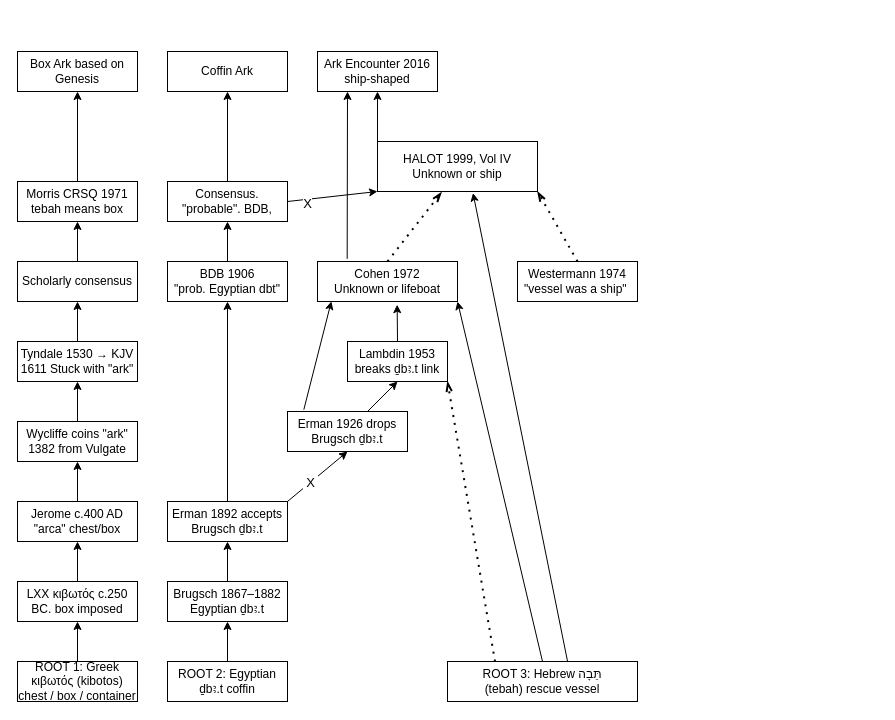
This is papers-tbh/images/TBH-flowchart.drawio from tlovett2007-dot/Ark-Detailed-Design, a draw.io file, before an edit. Source tidied: cells renumbered, new cells numbered last; positions are measured from the earlier drawing's top-left corner, leaving out a move shared by most shapes. Both pictures are drawn from the tidied source at 100%, with x=0, y=0 at pixel (17, 51).
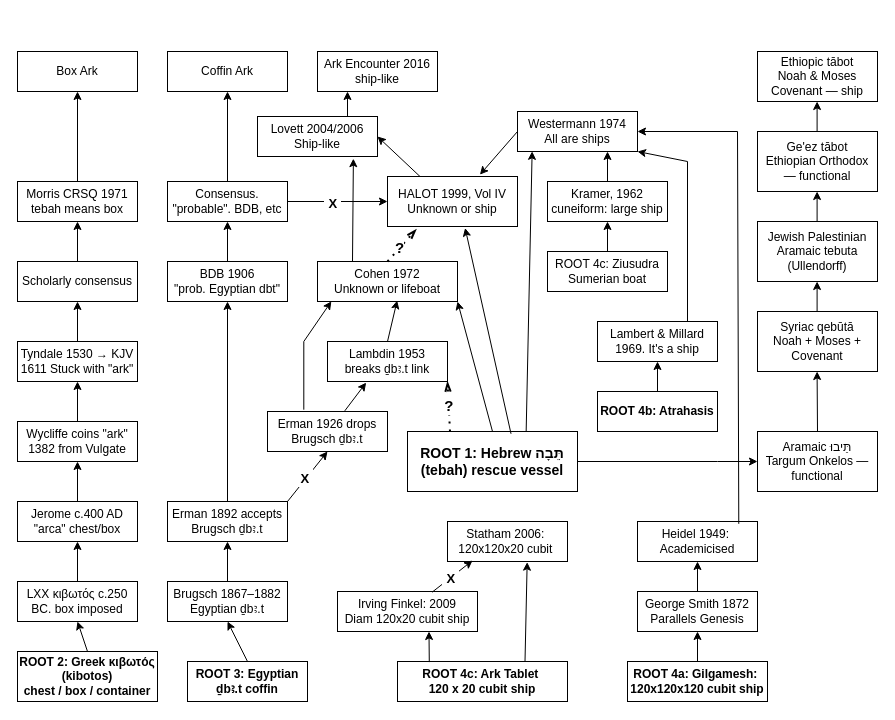
The same diagram, later.

Unchanged cells that the change refers to:
```xml
<mxCell id="19" value="Erman 1892 accepts Brugsch ḏbꜣ.t" style="rounded=0;whiteSpace=wrap;html=1;" parent="1" vertex="1">
  <mxGeometry x="150" y="450" width="120" height="40" as="geometry" />
</mxCell>
<mxCell id="30" value="&lt;div&gt;Cohen 1972&lt;/div&gt;&lt;div&gt;Unknown or lifeboat&lt;/div&gt;" style="rounded=0;whiteSpace=wrap;html=1;" parent="1" vertex="1">
  <mxGeometry x="300" y="210" width="140" height="40" as="geometry" />
</mxCell>
<mxCell id="38" style="endArrow=openThin;dashed=1;html=1;dashPattern=1 3;strokeWidth=2;rounded=0;entryX=1;entryY=1;entryDx=0;entryDy=0;exitX=0.25;exitY=0;exitDx=0;exitDy=0;endFill=0;" parent="1" edge="1" source="32" target="31">
  <mxGeometry relative="1" as="geometry" />
</mxCell>
```

The edit, as a diff of the source:
```diff
@@
-    <mxCell id="2" value="Box Ark based on Genesis" style="rounded=0;whiteSpace=wrap;html=1;" parent="1" vertex="1">
+    <mxCell id="2" value="Box Ark" style="rounded=0;whiteSpace=wrap;html=1;" parent="1" vertex="1">
       <mxGeometry width="120" height="40" as="geometry" />
     </mxCell>
@@
-    <mxCell id="8" value="&lt;div&gt;ROOT 1: Greek κιβωτός (kibotos)&lt;/div&gt;&lt;div&gt;chest / box / container&lt;/div&gt;" style="rounded=0;whiteSpace=wrap;html=1;" parent="1" vertex="1">
-      <mxGeometry y="610" width="120" height="40" as="geometry" />
+    <mxCell id="8" value="&lt;div&gt;&lt;b&gt;ROOT 2: Greek κιβωτός (kibotos)&lt;/b&gt;&lt;/div&gt;&lt;div&gt;&lt;b&gt;chest / box / container&lt;/b&gt;&lt;/div&gt;" style="rounded=0;whiteSpace=wrap;html=1;" parent="1" vertex="1">
+      <mxGeometry y="600" width="140" height="50" as="geometry" />
     </mxCell>
@@
-    <mxCell id="21" value="&lt;div&gt;ROOT 2: Egyptian ḏbꜣ.t coffin&lt;/div&gt;" style="rounded=0;whiteSpace=wrap;html=1;" parent="1" vertex="1">
-      <mxGeometry x="150" y="610" width="120" height="40" as="geometry" />
+    <mxCell id="21" value="&lt;div&gt;&lt;b&gt;ROOT 3: Egyptian ḏbꜣ.t coffin&lt;/b&gt;&lt;/div&gt;" style="rounded=0;whiteSpace=wrap;html=1;" parent="1" vertex="1">
+      <mxGeometry x="170" y="610" width="120" height="40" as="geometry" />
     </mxCell>
@@
-    <mxCell id="26" value="Consensus. &quot;probable&quot;. BDB," style="rounded=0;whiteSpace=wrap;html=1;" parent="1" vertex="1">
+    <mxCell id="26" value="Consensus. &quot;probable&quot;. BDB, etc" style="rounded=0;whiteSpace=wrap;html=1;" parent="1" vertex="1">
       <mxGeometry x="150" y="130" width="120" height="40" as="geometry" />
     </mxCell>
@@
-    <mxCell id="28" value="&lt;div&gt;Ark Encounter 2016&lt;/div&gt;&lt;div&gt;ship-shaped&lt;/div&gt;" style="rounded=0;whiteSpace=wrap;html=1;" parent="1" vertex="1">
+    <mxCell id="28" value="&lt;div&gt;Ark Encounter 2016&lt;/div&gt;&lt;div&gt;ship-like&lt;/div&gt;" style="rounded=0;whiteSpace=wrap;html=1;" parent="1" vertex="1">
       <mxGeometry x="300" width="120" height="40" as="geometry" />
     </mxCell>
-    <mxCell id="29" value="&lt;div&gt;Westermann 1974&lt;/div&gt;&lt;div&gt;&quot;vessel was a ship&quot;&amp;nbsp;&lt;/div&gt;" style="rounded=0;whiteSpace=wrap;html=1;" parent="1" vertex="1">
-      <mxGeometry x="500" y="210" width="120" height="40" as="geometry" />
+    <mxCell id="29" value="&lt;div&gt;Westermann 1974&lt;/div&gt;&lt;div&gt;All are ships&lt;/div&gt;" style="rounded=0;whiteSpace=wrap;html=1;" parent="1" vertex="1">
+      <mxGeometry x="500" y="60" width="120" height="40" as="geometry" />
     </mxCell>
@@
     <mxCell id="31" value="&lt;div&gt;Lambdin 1953&lt;/div&gt;&lt;div&gt;breaks ḏbꜣ.t link&lt;/div&gt;" style="rounded=0;whiteSpace=wrap;html=1;" parent="1" vertex="1">
-      <mxGeometry x="330" y="290" width="100" height="40" as="geometry" />
+      <mxGeometry x="310" y="290" width="120" height="40" as="geometry" />
     </mxCell>
-    <mxCell id="32" value="&lt;div&gt;ROOT 3: Hebrew תֵּבָה (tebah)&lt;span style=&quot;background-color: transparent; color: light-dark(rgb(0, 0, 0), rgb(255, 255, 255));&quot;&gt;&amp;nbsp;rescue vessel&lt;/span&gt;&lt;/div&gt;" style="rounded=0;whiteSpace=wrap;html=1;" parent="1" vertex="1">
-      <mxGeometry x="430" y="610" width="190" height="40" as="geometry" />
+    <mxCell id="32" value="&lt;div&gt;&lt;b&gt;&lt;font style=&quot;font-size: 14px;&quot;&gt;ROOT 1: Hebrew תֵּבָה (tebah)&lt;span style=&quot;background-color: transparent; color: light-dark(rgb(0, 0, 0), rgb(255, 255, 255));&quot;&gt;&amp;nbsp;rescue vessel&lt;/span&gt;&lt;/font&gt;&lt;/b&gt;&lt;/div&gt;" style="rounded=0;whiteSpace=wrap;html=1;" parent="1" vertex="1">
+      <mxGeometry x="390" y="380" width="170" height="60" as="geometry" />
     </mxCell>
-    <mxCell id="33" style="endArrow=classic;html=1;rounded=0;exitX=0.5;exitY=0;exitDx=0;exitDy=0;entryX=0.569;entryY=1.079;entryDx=0;entryDy=0;entryPerimeter=0;" parent="1" edge="1" source="31" target="30">
+    <mxCell id="33" style="endArrow=classic;html=1;rounded=0;exitX=0.5;exitY=0;exitDx=0;exitDy=0;entryX=0.569;entryY=0.976;entryDx=0;entryDy=0;entryPerimeter=0;" parent="1" edge="1" source="31" target="30">
       <mxGeometry relative="1" as="geometry" />
     </mxCell>
     <mxCell id="34" value="&lt;div&gt;HALOT 1999, Vol IV&lt;/div&gt;&lt;div&gt;Unknown or ship&lt;/div&gt;" style="rounded=0;whiteSpace=wrap;html=1;" parent="1" vertex="1">
-      <mxGeometry x="360" y="90" width="160" height="50" as="geometry" />
+      <mxGeometry x="370" y="125" width="130" height="50" as="geometry" />
     </mxCell>
-    <mxCell id="35" style="endArrow=classic;html=1;rounded=0;entryX=0.5;entryY=1;entryDx=0;entryDy=0;exitX=0;exitY=0;exitDx=0;exitDy=0;" parent="1" edge="1" source="34" target="28">
-      <mxGeometry relative="1" as="geometry" />
-    </mxCell>
-    <mxCell id="36" style="endArrow=openThin;dashed=1;html=1;dashPattern=1 3;strokeWidth=2;rounded=0;entryX=0.4;entryY=1.017;entryDx=0;entryDy=0;entryPerimeter=0;exitX=0.5;exitY=0;exitDx=0;exitDy=0;endFill=0;" parent="1" edge="1" source="30" target="34">
-      <mxGeometry relative="1" as="geometry" />
-    </mxCell>
-    <mxCell id="37" style="endArrow=openThin;dashed=1;html=1;dashPattern=1 3;strokeWidth=2;rounded=0;entryX=1;entryY=1;entryDx=0;entryDy=0;exitX=0.5;exitY=0;exitDx=0;exitDy=0;endFill=0;" parent="1" edge="1" source="29" target="34">
-      <mxGeometry relative="1" as="geometry" />
-    </mxCell>
@@
+    <mxCell id="49" value="&amp;nbsp; &lt;font style=&quot;font-size: 15px;&quot;&gt;&lt;b&gt;?&amp;nbsp;&lt;/b&gt;&lt;/font&gt;&amp;nbsp;" style="edgeLabel;html=1;align=center;verticalAlign=middle;" parent="38" vertex="1">
+      <mxGeometry x="0.08" relative="1" as="geometry" />
+    </mxCell>
@@
-    <mxCell id="40" style="endArrow=classic;html=1;rounded=0;exitX=0.632;exitY=0;exitDx=0;exitDy=0;entryX=0.597;entryY=1.03;entryDx=0;entryDy=0;exitPerimeter=0;entryPerimeter=0;" parent="1" edge="1" source="32" target="34">
+    <mxCell id="40" style="endArrow=classic;html=1;rounded=0;exitX=0.609;exitY=0.038;exitDx=0;exitDy=0;entryX=0.597;entryY=1.03;entryDx=0;entryDy=0;exitPerimeter=0;entryPerimeter=0;" parent="1" edge="1" source="32" target="34">
       <mxGeometry relative="1" as="geometry" />
     </mxCell>
     <mxCell id="41" value="Erman 1926 drops Brugsch ḏbꜣ.t" style="rounded=0;whiteSpace=wrap;html=1;" parent="1" vertex="1">
-      <mxGeometry x="270" y="360" width="120" height="40" as="geometry" />
+      <mxGeometry x="250" y="360" width="120" height="40" as="geometry" />
     </mxCell>
-    <mxCell id="42" style="endArrow=classic;html=1;rounded=0;exitX=0.136;exitY=-0.046;exitDx=0;exitDy=0;entryX=0.099;entryY=0.996;entryDx=0;entryDy=0;entryPerimeter=0;exitPerimeter=0;" parent="1" edge="1" source="41" target="30">
-      <mxGeometry relative="1" as="geometry" />
+    <mxCell id="42" style="endArrow=classic;html=1;rounded=0;entryX=0.099;entryY=0.996;entryDx=0;entryDy=0;entryPerimeter=0;" parent="1" edge="1" target="30">
+      <mxGeometry relative="1" as="geometry">
+        <mxPoint x="286.3" y="358.2" as="sourcePoint" />
+        <Array as="points">
+          <mxPoint x="286.3" y="290" />
+        </Array>
+      </mxGeometry>
     </mxCell>
-    <mxCell id="43" style="endArrow=classic;html=1;rounded=0;entryX=0.5;entryY=1;entryDx=0;entryDy=0;" parent="1" edge="1" source="41" target="31">
+    <mxCell id="43" style="endArrow=classic;html=1;rounded=0;entryX=0.322;entryY=1.028;entryDx=0;entryDy=0;exitX=0.644;exitY=-0.016;exitDx=0;exitDy=0;exitPerimeter=0;entryPerimeter=0;" parent="1" edge="1" source="41" target="31">
       <mxGeometry relative="1" as="geometry" />
     </mxCell>
-    <mxCell id="44" style="endArrow=classic;html=1;rounded=0;entryX=0.25;entryY=1;entryDx=0;entryDy=0;exitX=0.212;exitY=-0.067;exitDx=0;exitDy=0;exitPerimeter=0;" parent="1" edge="1" source="30" target="28">
-      <mxGeometry relative="1" as="geometry" />
+    <mxCell id="44" style="endArrow=classic;html=1;rounded=0;entryX=0.25;entryY=1;entryDx=0;entryDy=0;" parent="1" edge="1" target="28">
+      <mxGeometry relative="1" as="geometry">
+        <mxPoint x="330" y="69.7" as="sourcePoint" />
+      </mxGeometry>
     </mxCell>
-    <mxCell id="45" style="endArrow=classic;html=1;rounded=0;entryX=0;entryY=1;entryDx=0;entryDy=0;exitX=1;exitY=0.5;exitDx=0;exitDy=0;" parent="1" edge="1" source="26" target="34">
+    <mxCell id="45" style="endArrow=classic;html=1;rounded=0;entryX=0;entryY=0.5;entryDx=0;entryDy=0;exitX=1;exitY=0.5;exitDx=0;exitDy=0;fontSize=15;" parent="1" edge="1" source="26" target="34">
       <mxGeometry relative="1" as="geometry" />
     </mxCell>
-    <mxCell id="46" value="&lt;font style=&quot;font-size: 13px;&quot;&gt;X&lt;/font&gt;" style="edgeLabel;html=1;align=center;verticalAlign=middle;" parent="45" vertex="1">
+    <mxCell id="46" value="&lt;font style=&quot;font-size: 15px;&quot;&gt;&amp;nbsp;&lt;/font&gt;&lt;font style=&quot;font-size: 13px;&quot;&gt;&lt;b&gt;X&amp;nbsp;&lt;/b&gt;&lt;/font&gt;" style="edgeLabel;html=1;align=center;verticalAlign=middle;" parent="45" vertex="1">
       <mxGeometry relative="1" as="geometry">
-        <mxPoint x="-25" y="6" as="offset" />
+        <mxPoint x="-6" as="offset" />
       </mxGeometry>
     </mxCell>
+    <mxCell id="50" style="edgeStyle=orthogonalEdgeStyle;rounded=0;jettySize=auto;html=1;" parent="1" edge="1" source="51" target="55">
+      <mxGeometry relative="1" as="geometry" />
+    </mxCell>
+    <mxCell id="51" value="ROOT 4c: Ziusudra Sumerian boat" style="rounded=0;whiteSpace=wrap;html=1;" parent="1" vertex="1">
+      <mxGeometry x="530" y="200" width="120" height="40" as="geometry" />
+    </mxCell>
+    <mxCell id="36" style="endArrow=openThin;dashed=1;html=1;dashPattern=1 3;strokeWidth=2;rounded=0;entryX=0.221;entryY=1.057;entryDx=0;entryDy=0;exitX=0.5;exitY=0;exitDx=0;exitDy=0;endFill=0;entryPerimeter=0;" parent="1" edge="1" source="30" target="34">
+      <mxGeometry relative="1" as="geometry" />
+    </mxCell>
+    <mxCell id="52" value="&lt;font style=&quot;font-size: 15px;&quot;&gt;&lt;b&gt;?&lt;/b&gt;&lt;/font&gt;" style="edgeLabel;html=1;align=center;verticalAlign=middle;" parent="36" vertex="1">
+      <mxGeometry x="0.08" relative="1" as="geometry">
+        <mxPoint x="-4" y="3" as="offset" />
+      </mxGeometry>
+    </mxCell>
-    <mxCell id="47" style="endArrow=classic;html=1;rounded=0;entryX=0.5;entryY=1;entryDx=0;entryDy=0;exitX=1;exitY=0;exitDx=0;exitDy=0;" parent="1" edge="1" source="19" target="41">
+    <mxCell id="47" style="endArrow=classic;html=1;rounded=0;exitX=1;exitY=0;exitDx=0;exitDy=0;fontSize=15;entryX=0.5;entryY=1;entryDx=0;entryDy=0;" parent="1" edge="1" source="19" target="41">
       <mxGeometry relative="1" as="geometry" />
     </mxCell>
-    <mxCell id="48" value="&lt;span style=&quot;font-size: 13px;&quot;&gt;&amp;nbsp;X&amp;nbsp;&lt;/span&gt;" style="edgeLabel;html=1;align=center;verticalAlign=middle;" parent="47" vertex="1">
-      <mxGeometry relative="1" as="geometry">
-        <mxPoint x="-7" y="5" as="offset" />
-      </mxGeometry>
-    </mxCell>
+    <mxCell id="53" value="&lt;font style=&quot;font-size: 15px;&quot;&gt;&amp;nbsp;&lt;/font&gt;&lt;font style=&quot;font-size: 13px;&quot;&gt;&lt;b&gt;X&amp;nbsp;&lt;/b&gt;&lt;/font&gt;" style="edgeLabel;html=1;align=center;verticalAlign=middle;" parent="47" vertex="1">
+      <mxGeometry relative="1" as="geometry">
+        <mxPoint x="-3" as="offset" />
+      </mxGeometry>
+    </mxCell>
+    <mxCell id="54" style="edgeStyle=orthogonalEdgeStyle;rounded=0;jettySize=auto;html=1;exitX=0.5;exitY=0;exitDx=0;exitDy=0;entryX=0.75;entryY=1;entryDx=0;entryDy=0;" parent="1" edge="1" source="55" target="29">
+      <mxGeometry relative="1" as="geometry" />
+    </mxCell>
+    <mxCell id="55" value="Kramer, 1962 cuneiform: large ship" style="rounded=0;whiteSpace=wrap;html=1;" parent="1" vertex="1">
+      <mxGeometry x="530" y="130" width="120" height="40" as="geometry" />
+    </mxCell>
+    <mxCell id="56" style="endArrow=classic;html=1;rounded=0;exitX=0.25;exitY=0;exitDx=0;exitDy=0;entryX=1;entryY=0.5;entryDx=0;entryDy=0;" parent="1" edge="1" source="34" target="77">
+      <mxGeometry relative="1" as="geometry" />
+    </mxCell>
+    <mxCell id="57" value="&lt;b&gt;ROOT 4a: Gilgamesh:&amp;nbsp;&lt;/b&gt;&lt;div&gt;&lt;b&gt;120x120x120 cubit ship&lt;/b&gt;&lt;/div&gt;" style="rounded=0;whiteSpace=wrap;html=1;" parent="1" vertex="1">
+      <mxGeometry x="610" y="610" width="140" height="40" as="geometry" />
+    </mxCell>
+    <mxCell id="58" value="Statham 2006:&amp;nbsp;&lt;div&gt;120x120x20 cubit&amp;nbsp;&lt;/div&gt;" style="rounded=0;whiteSpace=wrap;html=1;" parent="1" vertex="1">
+      <mxGeometry x="430" y="470" width="120" height="40" as="geometry" />
+    </mxCell>
+    <mxCell id="59" value="Irving Finkel: 2009&lt;div&gt;Diam 120x20 cubit ship&lt;/div&gt;" style="rounded=0;whiteSpace=wrap;html=1;" parent="1" vertex="1">
+      <mxGeometry x="320" y="540" width="140" height="40" as="geometry" />
+    </mxCell>
+    <mxCell id="60" value="Heidel 1949:&amp;nbsp;&lt;div&gt;Academicised&lt;/div&gt;" style="rounded=0;whiteSpace=wrap;html=1;" parent="1" vertex="1">
+      <mxGeometry x="620" y="470" width="120" height="40" as="geometry" />
+    </mxCell>
+    <mxCell id="61" value="George Smith 1872 Parallels Genesis" style="rounded=0;whiteSpace=wrap;html=1;" parent="1" vertex="1">
+      <mxGeometry x="620" y="540" width="120" height="40" as="geometry" />
+    </mxCell>
+    <mxCell id="62" value="&lt;b&gt;ROOT 4c: Ark Tablet&amp;nbsp;&lt;/b&gt;&lt;div&gt;&lt;b&gt;120 x 20 cubit ship&lt;/b&gt;&lt;/div&gt;" style="rounded=0;whiteSpace=wrap;html=1;" parent="1" vertex="1">
+      <mxGeometry x="380" y="610" width="170" height="40" as="geometry" />
+    </mxCell>
+    <mxCell id="63" style="endArrow=classic;html=1;rounded=0;exitX=0.5;exitY=0;exitDx=0;exitDy=0;entryX=0.5;entryY=1;entryDx=0;entryDy=0;" parent="1" edge="1" source="57" target="61">
+      <mxGeometry relative="1" as="geometry" />
+    </mxCell>
+    <mxCell id="64" style="endArrow=classic;html=1;rounded=0;exitX=0.75;exitY=0;exitDx=0;exitDy=0;entryX=0.664;entryY=1.017;entryDx=0;entryDy=0;entryPerimeter=0;" parent="1" edge="1" source="62" target="58">
+      <mxGeometry relative="1" as="geometry" />
+    </mxCell>
+    <mxCell id="65" style="endArrow=classic;html=1;rounded=0;exitX=0.187;exitY=0.015;exitDx=0;exitDy=0;exitPerimeter=0;" parent="1" edge="1" source="62">
+      <mxGeometry relative="1" as="geometry">
+        <mxPoint x="411.5" y="580" as="targetPoint" />
+      </mxGeometry>
+    </mxCell>
+    <mxCell id="66" style="endArrow=classic;html=1;rounded=0;exitX=0.676;exitY=0.017;exitDx=0;exitDy=0;fontSize=15;entryX=0.209;entryY=0.975;entryDx=0;entryDy=0;exitPerimeter=0;entryPerimeter=0;" parent="1" edge="1" source="59" target="58">
+      <mxGeometry relative="1" as="geometry" />
+    </mxCell>
+    <mxCell id="67" value="&lt;font style=&quot;font-size: 15px;&quot;&gt;&amp;nbsp;&lt;/font&gt;&lt;font style=&quot;font-size: 13px;&quot;&gt;&lt;b&gt;X&amp;nbsp;&lt;/b&gt;&lt;/font&gt;" style="edgeLabel;html=1;align=center;verticalAlign=middle;" parent="66" vertex="1">
+      <mxGeometry relative="1" as="geometry">
+        <mxPoint x="-3" y="1" as="offset" />
+      </mxGeometry>
+    </mxCell>
+    <mxCell id="68" style="endArrow=classic;html=1;rounded=0;exitX=0.5;exitY=0;exitDx=0;exitDy=0;entryX=0.5;entryY=1;entryDx=0;entryDy=0;" parent="1" edge="1" source="61" target="60">
+      <mxGeometry relative="1" as="geometry" />
+    </mxCell>
+    <mxCell id="69" value="&lt;b&gt;ROOT 4b: Atrahasis&lt;/b&gt;" style="rounded=0;whiteSpace=wrap;html=1;" parent="1" vertex="1">
+      <mxGeometry x="580" y="340" width="120" height="40" as="geometry" />
+    </mxCell>
+    <mxCell id="70" style="endArrow=classic;html=1;rounded=0;exitX=0.5;exitY=0;exitDx=0;exitDy=0;entryX=0.5;entryY=1;entryDx=0;entryDy=0;" parent="1" edge="1" source="71">
+      <mxGeometry relative="1" as="geometry">
+        <mxPoint x="639.7" y="300" as="targetPoint" />
+      </mxGeometry>
+    </mxCell>
+    <mxCell id="71" value="Lambert &amp;amp; Millard 1969. It's a ship" style="rounded=0;whiteSpace=wrap;html=1;" parent="1" vertex="1">
+      <mxGeometry x="580" y="270" width="120" height="40" as="geometry" />
+    </mxCell>
+    <mxCell id="72" style="endArrow=classic;html=1;rounded=0;exitX=0.75;exitY=0;exitDx=0;exitDy=0;entryX=1;entryY=1;entryDx=0;entryDy=0;" parent="1" edge="1" source="71" target="29">
+      <mxGeometry relative="1" as="geometry">
+        <Array as="points">
+          <mxPoint x="670" y="110" />
+        </Array>
+      </mxGeometry>
+    </mxCell>
+    <mxCell id="37" style="endArrow=classic;html=1;rounded=0;exitX=0;exitY=0.5;exitDx=0;exitDy=0;entryX=0.711;entryY=-0.037;entryDx=0;entryDy=0;entryPerimeter=0;" parent="1" edge="1" source="29" target="34">
+      <mxGeometry relative="1" as="geometry" />
+    </mxCell>
+    <mxCell id="73" style="endArrow=classic;html=1;rounded=0;exitX=0.5;exitY=0;exitDx=0;exitDy=0;entryX=0.5;entryY=1;entryDx=0;entryDy=0;" parent="1" edge="1" source="69" target="71">
+      <mxGeometry relative="1" as="geometry" />
+    </mxCell>
+    <mxCell id="74" style="endArrow=classic;html=1;rounded=0;exitX=0.698;exitY=-0.004;exitDx=0;exitDy=0;exitPerimeter=0;entryX=0.122;entryY=0.996;entryDx=0;entryDy=0;entryPerimeter=0;" parent="1" edge="1" source="32" target="29">
+      <mxGeometry relative="1" as="geometry" />
+    </mxCell>
+    <mxCell id="75" style="endArrow=classic;html=1;rounded=0;exitX=0.844;exitY=0.058;exitDx=0;exitDy=0;exitPerimeter=0;entryX=1;entryY=0.5;entryDx=0;entryDy=0;" parent="1" edge="1" source="60" target="29">
+      <mxGeometry relative="1" as="geometry">
+        <Array as="points">
+          <mxPoint x="720" y="80" />
+        </Array>
+      </mxGeometry>
+    </mxCell>
+    <mxCell id="76" style="endArrow=classic;html=1;rounded=0;entryX=0.799;entryY=1.054;entryDx=0;entryDy=0;exitX=0.25;exitY=0;exitDx=0;exitDy=0;entryPerimeter=0;" parent="1" edge="1" source="30" target="77">
+      <mxGeometry relative="1" as="geometry" />
+    </mxCell>
+    <mxCell id="77" value="Lovett 2004/2006 Ship-like" style="rounded=0;whiteSpace=wrap;html=1;" parent="1" vertex="1">
+      <mxGeometry x="240" y="65" width="120" height="40" as="geometry" />
+    </mxCell>
+    <mxCell id="78" value="Ethiopic tābot&lt;br&gt;Noah &amp;amp; Moses Covenant — ship" style="rounded=0;whiteSpace=wrap;html=1;" parent="1" vertex="1">
+      <mxGeometry x="740" width="120" height="50" as="geometry" />
+    </mxCell>
+    <mxCell id="79" value="Ge'ez tābot&lt;br&gt;Ethiopian Orthodox — functional" style="rounded=0;whiteSpace=wrap;html=1;" parent="1" vertex="1">
+      <mxGeometry x="740" y="80" width="120" height="60" as="geometry" />
+    </mxCell>
+    <mxCell id="80" value="Jewish Palestinian Aramaic tebuta&lt;br&gt;(Ullendorff)" style="rounded=0;whiteSpace=wrap;html=1;" parent="1" vertex="1">
+      <mxGeometry x="740" y="170" width="120" height="60" as="geometry" />
+    </mxCell>
+    <mxCell id="81" value="Syriac qebūtā&lt;br&gt;Noah + Moses + Covenant" style="rounded=0;whiteSpace=wrap;html=1;" parent="1" vertex="1">
+      <mxGeometry x="740" y="260" width="120" height="60" as="geometry" />
+    </mxCell>
+    <mxCell id="82" value="Aramaic תֵּיבוּ&lt;br&gt;Targum Onkelos — functional" style="rounded=0;whiteSpace=wrap;html=1;" parent="1" vertex="1">
+      <mxGeometry x="740" y="380" width="120" height="60" as="geometry" />
+    </mxCell>
+    <mxCell id="83" style="endArrow=classic;html=1;rounded=0;exitX=0.5;exitY=0;exitDx=0;exitDy=0;entryX=0.5;entryY=1;entryDx=0;entryDy=0;" parent="1" edge="1" source="82">
+      <mxGeometry relative="1" as="geometry">
+        <mxPoint x="799.6" y="320" as="targetPoint" />
+      </mxGeometry>
+    </mxCell>
+    <mxCell id="84" style="endArrow=classic;html=1;rounded=0;exitX=0.5;exitY=0;exitDx=0;exitDy=0;entryX=0.5;entryY=1;entryDx=0;entryDy=0;" parent="1" edge="1">
+      <mxGeometry relative="1" as="geometry">
+        <mxPoint x="799.6" y="260" as="sourcePoint" />
+        <mxPoint x="799.6" y="230" as="targetPoint" />
+      </mxGeometry>
+    </mxCell>
+    <mxCell id="85" style="endArrow=classic;html=1;rounded=0;exitX=0.5;exitY=0;exitDx=0;exitDy=0;entryX=0.5;entryY=1;entryDx=0;entryDy=0;" parent="1" edge="1">
+      <mxGeometry relative="1" as="geometry">
+        <mxPoint x="799.6" y="170" as="sourcePoint" />
+        <mxPoint x="799.6" y="140" as="targetPoint" />
+      </mxGeometry>
+    </mxCell>
+    <mxCell id="86" style="endArrow=classic;html=1;rounded=0;exitX=0.5;exitY=0;exitDx=0;exitDy=0;entryX=0.5;entryY=1;entryDx=0;entryDy=0;" parent="1" edge="1">
+      <mxGeometry relative="1" as="geometry">
+        <mxPoint x="799.6" y="80" as="sourcePoint" />
+        <mxPoint x="799.6" y="50" as="targetPoint" />
+      </mxGeometry>
+    </mxCell>
+    <mxCell id="87" style="endArrow=classic;html=1;rounded=0;exitX=1;exitY=0.5;exitDx=0;exitDy=0;entryX=0;entryY=0.5;entryDx=0;entryDy=0;" parent="1" edge="1" source="32" target="82">
+      <mxGeometry relative="1" as="geometry">
+        <Array as="points">
+          <mxPoint x="700" y="410" />
+        </Array>
+      </mxGeometry>
+    </mxCell>
```
